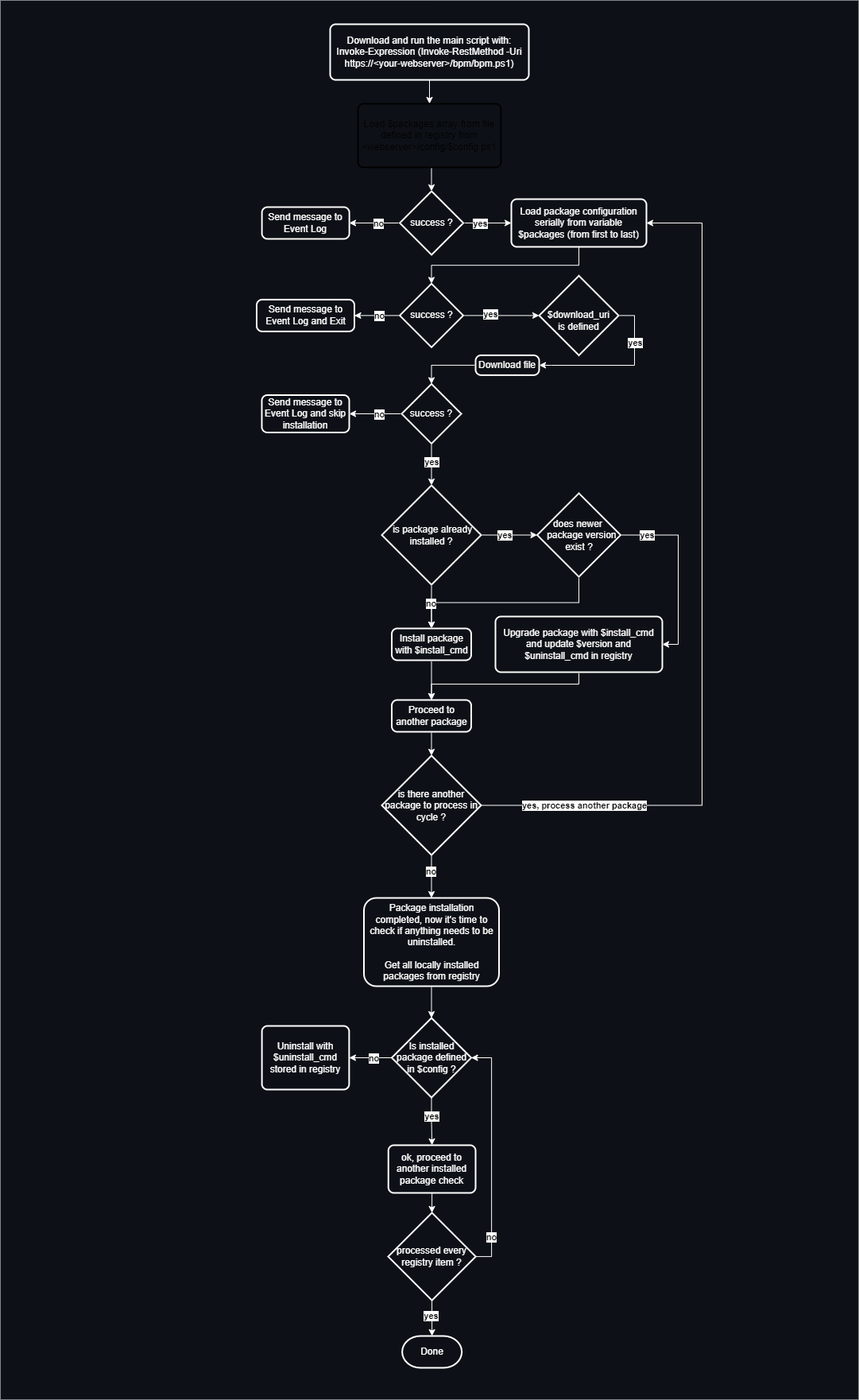
This is bpm.png from lukasbalonek/bpm, a draw.io export, as it was before one commit. Source tidied: cells renumbered, new cells last; positions are measured from the earlier drawing's top-left corner, leaving out a move shared by most shapes.
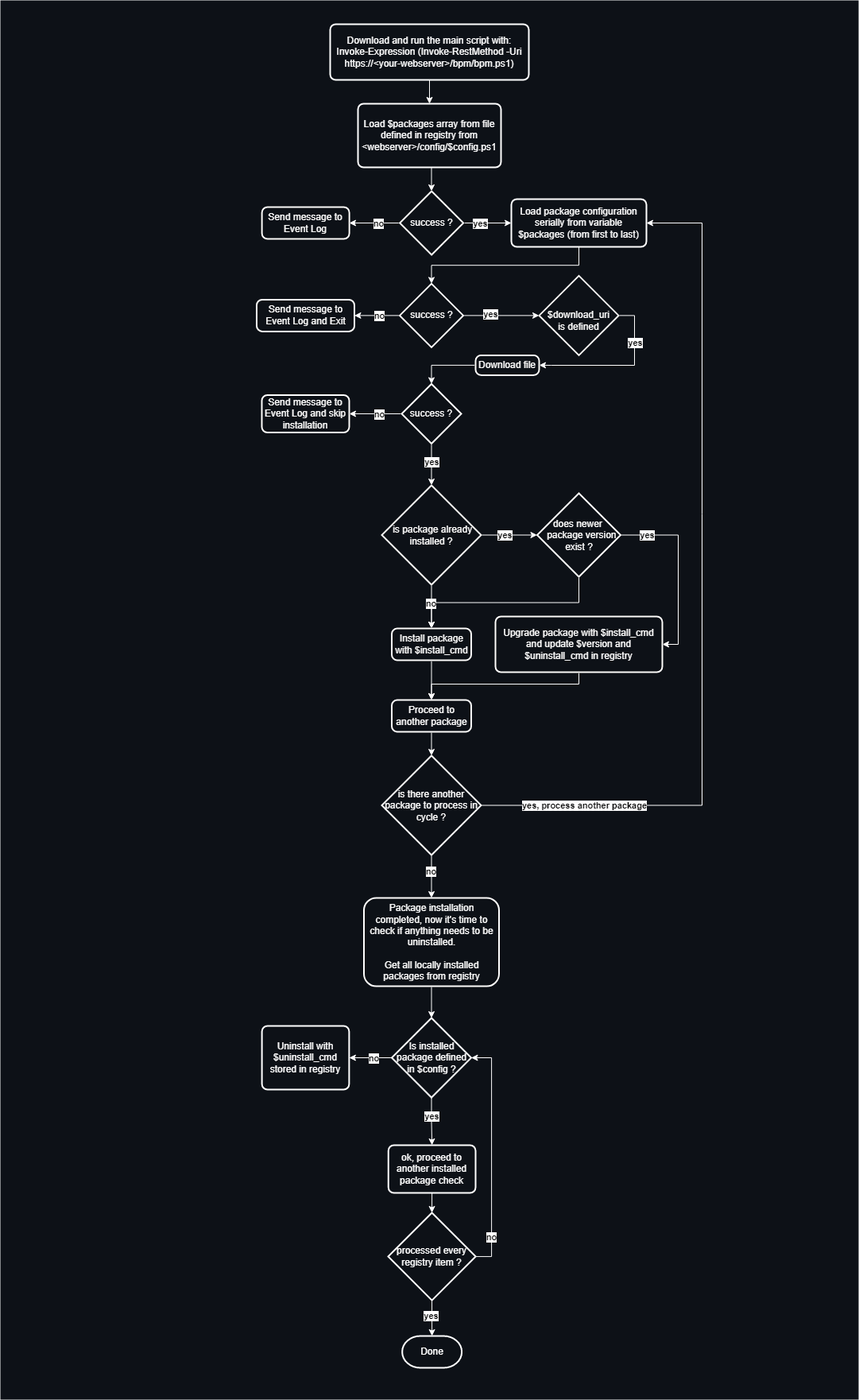
The same diagram one commit later.

Commit message:
Fix bpm.png second process color

What changed in the source:
```diff
@@ -11,7 +11,7 @@
     <mxCell id="4" style="edgeStyle=orthogonalEdgeStyle;rounded=0;jettySize=auto;exitX=0.5;exitY=1;exitDx=0;exitDy=0;entryX=0.5;entryY=0;entryDx=0;entryDy=0;entryPerimeter=0;strokeColor=#FFFFFF;fontColor=#FFFFFF;labelBackgroundColor=#FFFFFF;labelBorderColor=none;html=1;" parent="1" edge="1" source="5" target="22">
       <mxGeometry relative="1" as="geometry" />
     </mxCell>
-    <mxCell id="5" value="Load $packages array from file defined in registry from &amp;lt;webserver&amp;gt;/config/$config.ps1" style="rounded=1;whiteSpace=wrap;html=1;absoluteArcSize=1;arcSize=14;strokeWidth=2;strokeColor=default;fillColor=none;" parent="1" vertex="1">
+    <mxCell id="5" value="&lt;font color=&quot;#ffffff&quot;&gt;Load $packages array from file defined in registry from &amp;lt;webserver&amp;gt;/config/$config.ps1&lt;/font&gt;" style="rounded=1;whiteSpace=wrap;html=1;absoluteArcSize=1;arcSize=14;strokeWidth=2;strokeColor=#FFFFFF;fillColor=none;" parent="1" vertex="1">
       <mxGeometry x="450" y="130" width="180" height="80" as="geometry" />
     </mxCell>
     <mxCell id="6" style="edgeStyle=orthogonalEdgeStyle;rounded=0;jettySize=auto;exitX=0.5;exitY=1;exitDx=0;exitDy=0;entryX=0.5;entryY=0;entryDx=0;entryDy=0;entryPerimeter=0;strokeColor=#FFFFFF;fontColor=#FFFFFF;labelBackgroundColor=#FFFFFF;labelBorderColor=none;html=1;" parent="1" edge="1" source="7" target="28">
```
